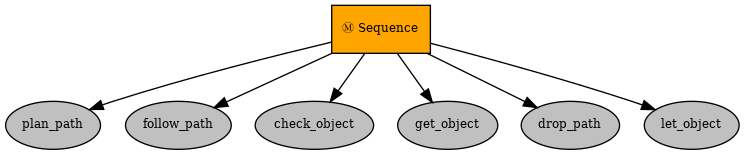
samanth4caballer0/turtlebot_online_path_planning keeps this Graphviz diagram as sequence.png. Above is the earlier version. Its source is kept beside it as sequence.dot. Source of this version:
```dot
digraph pastafarianism {
ordering=out;
graph [fontname="times-roman"];
node [fontname="times-roman"];
edge [fontname="times-roman"];
Sequence [fillcolor=orange, fontcolor=black, fontsize=9, label="Ⓜ Sequence", shape=box, style=filled];
plan_path [fillcolor=gray, fontcolor=black, fontsize=9, label=plan_path, shape=ellipse, style=filled];
Sequence -> plan_path;
follow_path [fillcolor=gray, fontcolor=black, fontsize=9, label=follow_path, shape=ellipse, style=filled];
Sequence -> follow_path;
check_object [fillcolor=gray, fontcolor=black, fontsize=9, label=check_object, shape=ellipse, style=filled];
Sequence -> check_object;
get_object [fillcolor=gray, fontcolor=black, fontsize=9, label=get_object, shape=ellipse, style=filled];
Sequence -> get_object;
drop_path [fillcolor=gray, fontcolor=black, fontsize=9, label=drop_path, shape=ellipse, style=filled];
Sequence -> drop_path;
let_object [fillcolor=gray, fontcolor=black, fontsize=9, label=let_object, shape=ellipse, style=filled];
Sequence -> let_object;
}
```
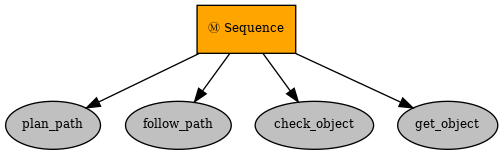
Later version of the same file.

What changed in the source:
```diff
@@ -12,8 +12,4 @@
 Sequence -> check_object;
 get_object [fillcolor=gray, fontcolor=black, fontsize=9, label=get_object, shape=ellipse, style=filled];
 Sequence -> get_object;
-drop_path [fillcolor=gray, fontcolor=black, fontsize=9, label=drop_path, shape=ellipse, style=filled];
-Sequence -> drop_path;
-let_object [fillcolor=gray, fontcolor=black, fontsize=9, label=let_object, shape=ellipse, style=filled];
-Sequence -> let_object;
 }
```
